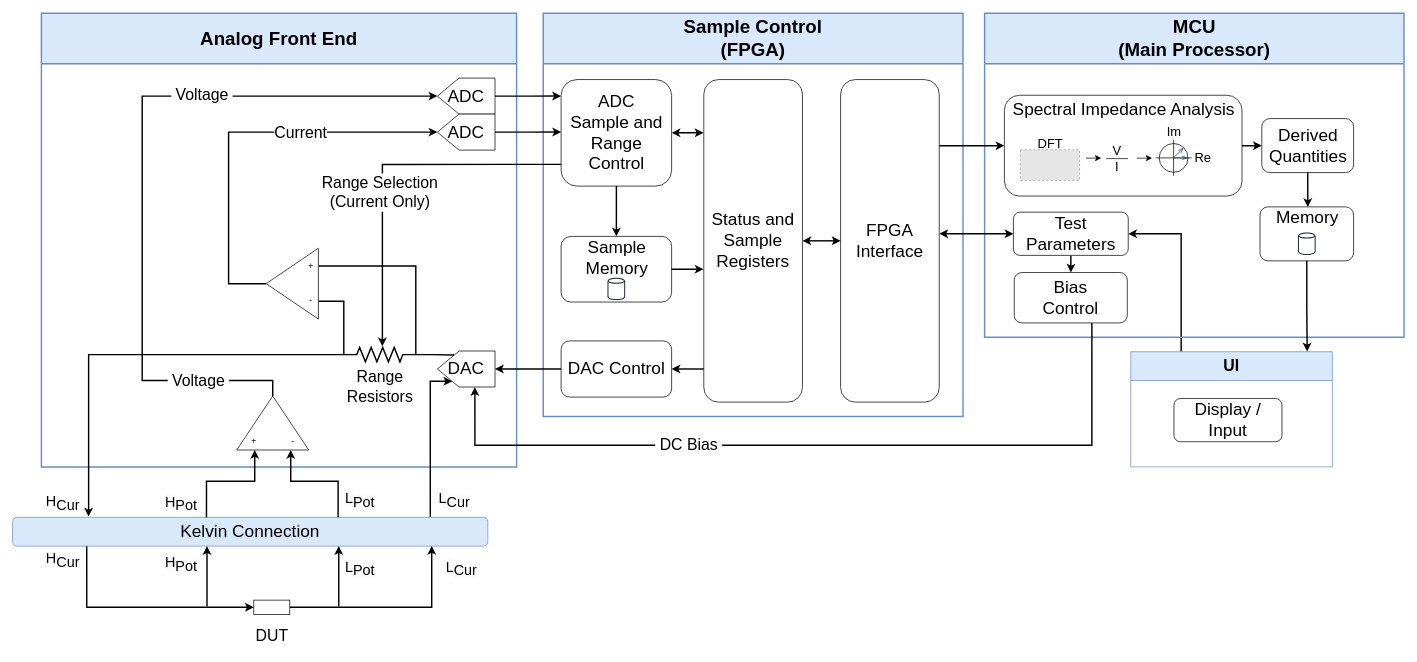
JOCRIX/BscProject keeps this draw.io diagram as Billeder/SystemArchitecture/SystemArchitecture.drawio. Above is the earlier version. Source tidied: cells renumbered, new cells numbered last; positions are measured from the earlier drawing's top-left corner, leaving out a move shared by most shapes. Both pictures are drawn from the tidied source at 72%, with x=0, y=0 at pixel (12, 13). Pictures stored in the file or linked from it are replaced by grey dashed boxes.
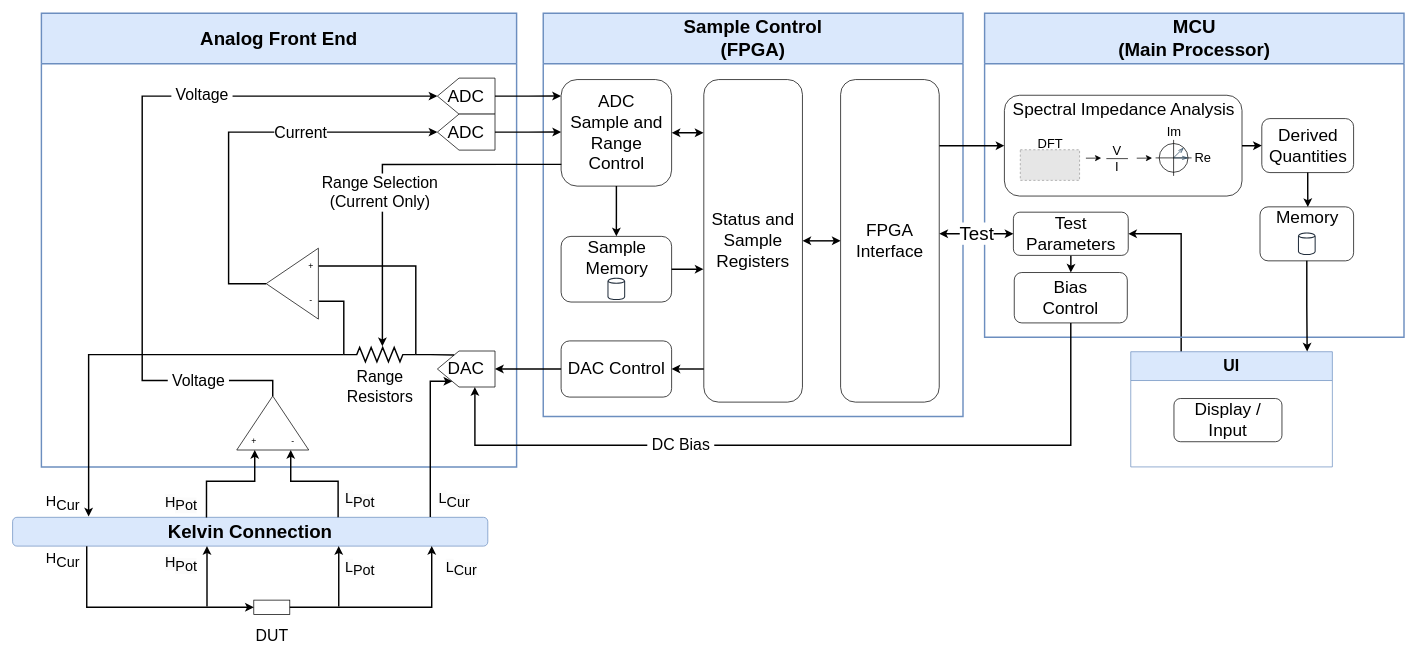
After the change.

Commit message (it also covers changes not shown here):
Figures for each module added

The change refers to these unchanged cells:
```xml
<mxCell id="7" value="&lt;font style=&quot;font-size: 24px;&quot;&gt;DAC&lt;/font&gt;" style="shape=offPageConnector;whiteSpace=wrap;html=1;direction=south;fontSize=24;" parent="5" vertex="1">
  <mxGeometry x="550" y="469" width="80" height="50" as="geometry" />
</mxCell>
<mxCell id="56" value="&lt;font style=&quot;font-size: 24px;&quot;&gt;Bias&lt;br style=&quot;font-size: 24px;&quot;&gt;Control&lt;/font&gt;" style="rounded=1;whiteSpace=wrap;html=1;fontSize=24;" parent="32" vertex="1">
  <mxGeometry x="41.2" y="360" width="157" height="70" as="geometry" />
</mxCell>
<mxCell id="58" value="&lt;font style=&quot;font-size: 24px;&quot;&gt;Test&lt;br style=&quot;font-size: 24px;&quot;&gt;Parameters&lt;/font&gt;" style="rounded=1;whiteSpace=wrap;html=1;fontSize=24;" parent="32" vertex="1">
  <mxGeometry x="40" y="276.2" width="159.5" height="60" as="geometry" />
</mxCell>
<mxCell id="71" value="&lt;span style=&quot;font-size: 24px;&quot;&gt;FPGA&lt;br&gt;Interface&lt;br&gt;&lt;/span&gt;" style="rounded=1;whiteSpace=wrap;html=1;fontSize=18;" parent="59" vertex="1">
  <mxGeometry x="413" y="92" width="137" height="448" as="geometry" />
</mxCell>
```

The edit, as a diff of the source:
```diff
@@
-    <mxCell id="25" value="&lt;font style=&quot;font-size: 24px;&quot;&gt;Kelvin Connection&lt;/font&gt;" style="rounded=1;whiteSpace=wrap;html=1;fontSize=22;fillColor=#dae8fc;strokeColor=#6c8ebf;" parent="1" vertex="1">
+    <mxCell id="25" value="&lt;font size=&quot;1&quot; style=&quot;&quot;&gt;&lt;b style=&quot;font-size: 26px;&quot;&gt;Kelvin Connection&lt;/b&gt;&lt;/font&gt;" style="rounded=1;whiteSpace=wrap;html=1;fontSize=22;fillColor=#dae8fc;strokeColor=#6c8ebf;" parent="1" vertex="1">
       <mxGeometry y="700" width="660" height="40" as="geometry" />
     </mxCell>
@@
     <mxCell id="90" style="edgeStyle=orthogonalEdgeStyle;rounded=0;jettySize=auto;html=1;entryX=1.003;entryY=0.349;entryDx=0;entryDy=0;entryPerimeter=0;strokeWidth=2;fontSize=26;" parent="1" edge="1" source="56" target="7">
       <mxGeometry relative="1" as="geometry">
         <Array as="points">
-          <mxPoint x="1499" y="600" />
+          <mxPoint x="1470" y="600" />
           <mxPoint x="642" y="600" />
-          <mxPoint x="642" y="519" />
         </Array>
       </mxGeometry>
     </mxCell>
@@
-    <mxCell id="93" style="edgeStyle=orthogonalEdgeStyle;rounded=0;jettySize=auto;html=1;entryX=1.001;entryY=0.478;entryDx=0;entryDy=0;entryPerimeter=0;strokeWidth=2;startArrow=classic;startFill=1;fontSize=26;" parent="1" edge="1" source="58" target="71">
+    <mxCell id="93" value="Test" style="edgeStyle=orthogonalEdgeStyle;rounded=0;jettySize=auto;html=1;entryX=1.001;entryY=0.478;entryDx=0;entryDy=0;entryPerimeter=0;strokeWidth=2;startArrow=classic;startFill=1;fontSize=26;" parent="1" edge="1" source="58" target="71">
       <mxGeometry relative="1" as="geometry" />
     </mxCell>
```
